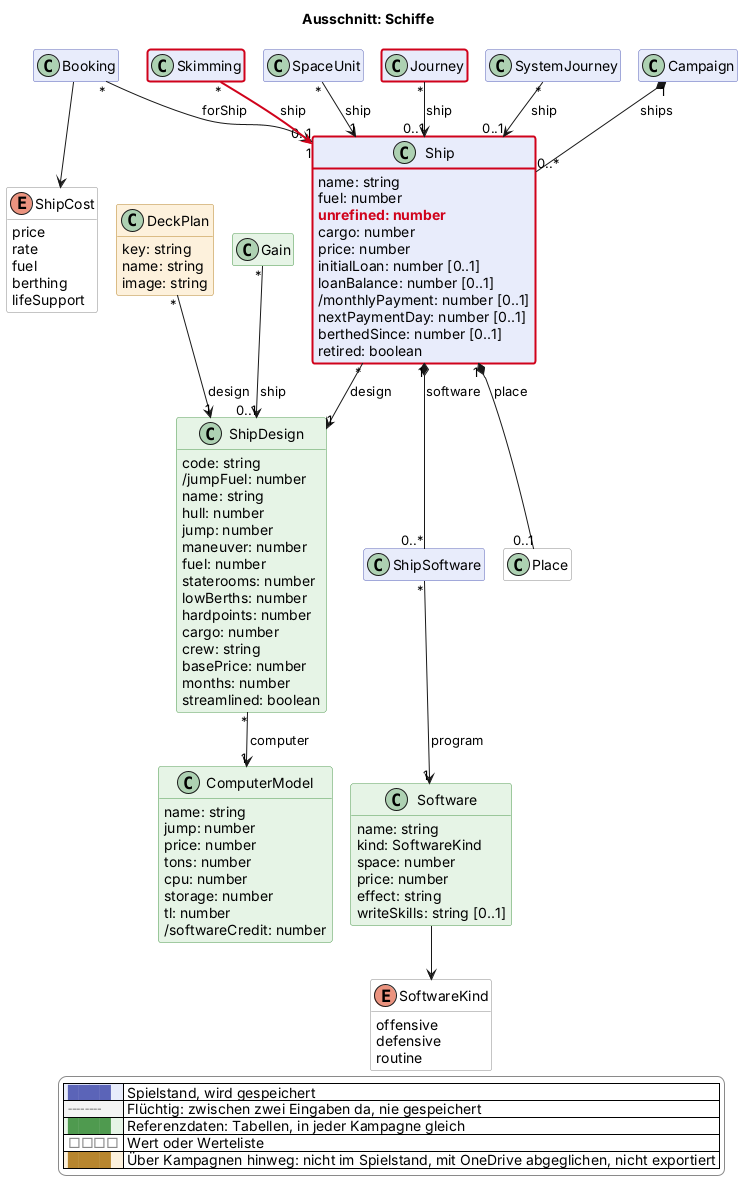
This is docs/views/schiffe.png from scuzzar/SRE, a PlantUML export, as it was before one commit.
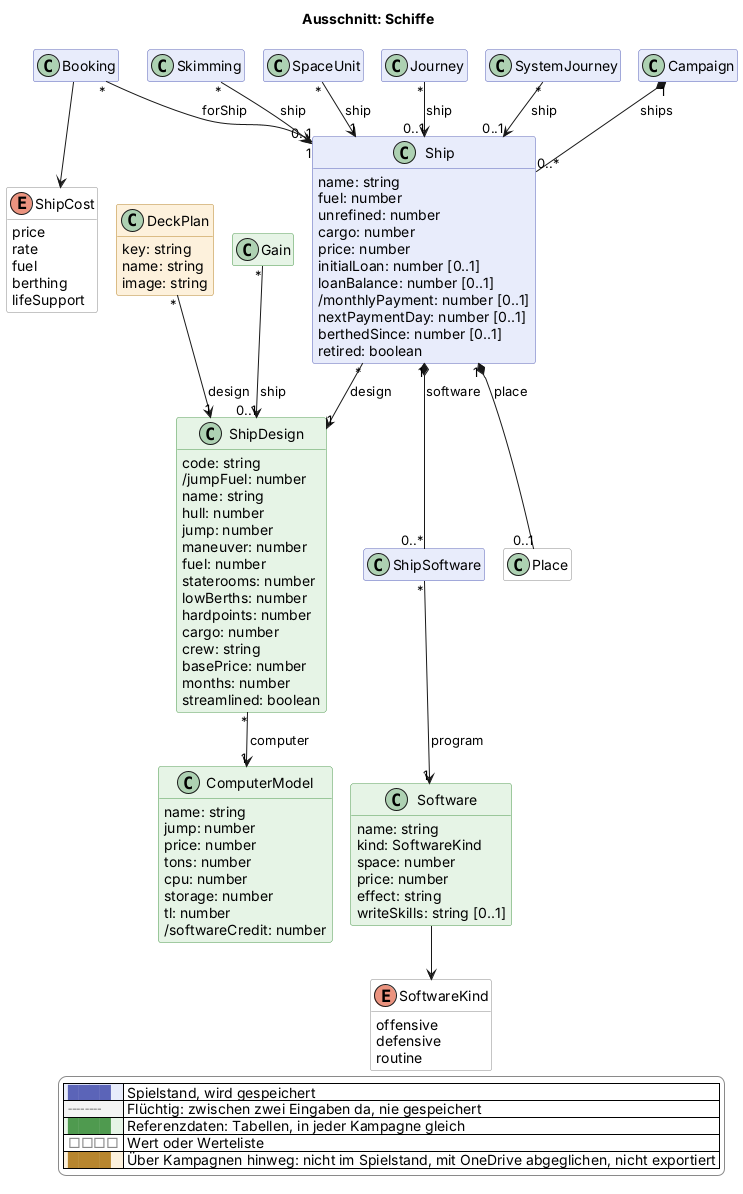
The same file after the commit.

Change to the diagram source:
```diff
@@ -75,7 +75,7 @@
   class Ship $schiffe {
     name: string
     fuel: number
-    $new("2026-11-21b", "unrefined: number")
+    unrefined: number
     cargo: number
     price: number
     initialLoan: number [0..1]
@@ -140,7 +140,7 @@
     image: string
   }
 
-  class Skimming $raum $newClass("2026-11-21b")
+  class Skimming $raum
   class SpaceUnit $raum
 
 
@@ -165,7 +165,7 @@
 Booking "*" --> "0..1" Ship : forShip
 
 SpaceUnit "*" --> "1" Ship : ship
-Skimming "*" -$newArrow("2026-11-21b")-> "1" Ship : ship
+Skimming "*" --> "1" Ship : ship
 Gain "*" --> "0..1" ShipDesign : ship
 DeckPlan "*" --> "1" ShipDesign : design
 
@@ -191,6 +191,4 @@
   |<#ffffff> <color:#8a8a8a>□□□□</color> | Wert oder Werteliste |
   |<#fdf1dc> <color:#b8862e>████</color> | Über Kampagnen hinweg: nicht im Spielstand, mit OneDrive abgeglichen, nicht exportiert |
 endlegend
-class Ship #line:d0021b;line.bold
-class Journey #line:d0021b;line.bold
 @enduml
```
